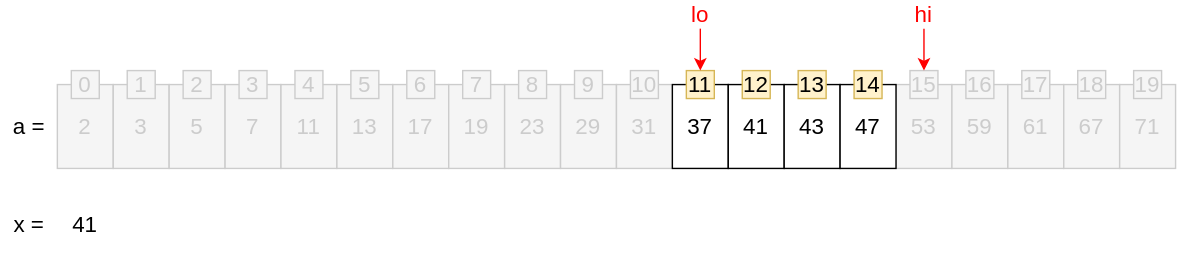
Above: img/algorithm/algorithm-1081-01-01-05.svg in zininote/zininote.github.io-old- (draw.io), before the change. Source tidied: cells renumbered, new cells last; positions are measured from the earlier drawing's top-left corner, leaving out a move shared by most shapes.
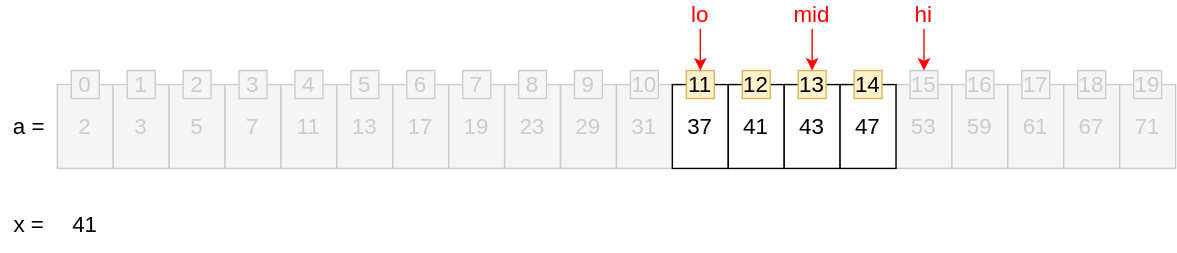
The same diagram one commit later.

What changed in the source:
```diff
@@ -151,5 +151,11 @@
     <mxCell id="50" value="&lt;span style=&quot;font-size: 16px&quot;&gt;14&lt;/span&gt;" style="text;html=1;strokeColor=#d6b656;fillColor=#fff2cc;align=center;verticalAlign=middle;whiteSpace=wrap;rounded=0;" parent="1" vertex="1">
       <mxGeometry x="610" y="50" width="20" height="20" as="geometry" />
     </mxCell>
+    <mxCell id="51" style="edgeStyle=orthogonalEdgeStyle;rounded=0;jettySize=auto;html=1;exitX=0.5;exitY=1;exitDx=0;exitDy=0;entryX=0.5;entryY=0;entryDx=0;entryDy=0;strokeColor=#FF0000;fontSize=16;fontColor=#CCCCCC;" parent="1" edge="1" source="52" target="37">
+      <mxGeometry relative="1" as="geometry" />
+    </mxCell>
+    <mxCell id="52" value="mid" style="text;html=1;strokeColor=none;fillColor=none;align=center;verticalAlign=middle;whiteSpace=wrap;rounded=0;fontSize=16;fontColor=#FF0000;" parent="1" vertex="1">
+      <mxGeometry x="560" width="40" height="20" as="geometry" />
+    </mxCell>
   </root>
 </mxGraphModel>
```
